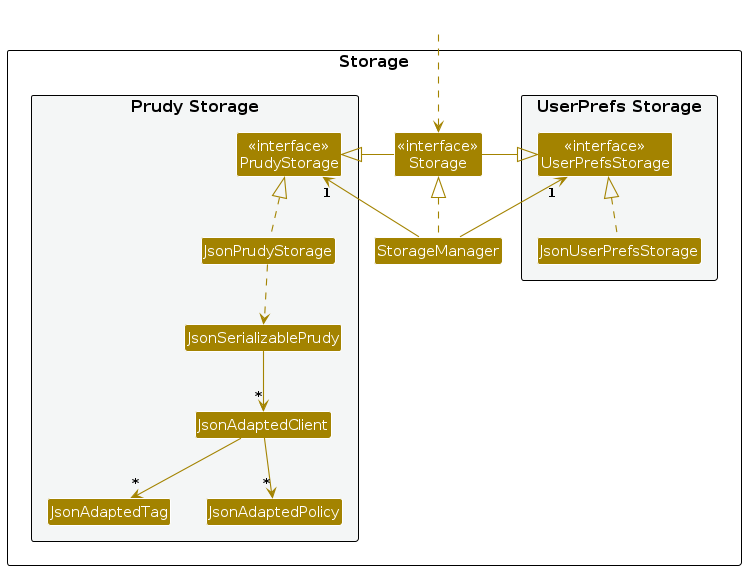
Above: diagrams/StorageClassDiagram.png in AY2425S1-CS2103T-T14-1/tp (PlantUML), before the change. Its source is kept beside it as diagrams/StorageClassDiagram.puml.
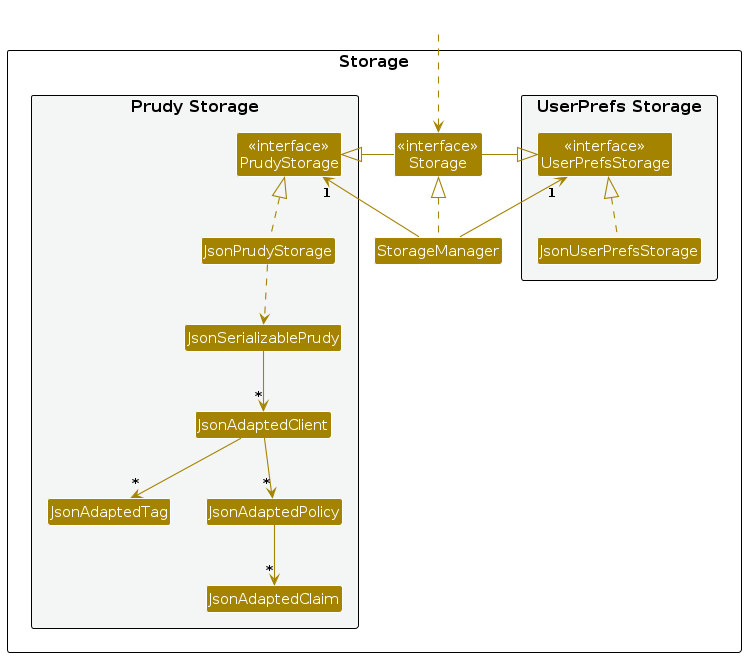
The same file after the commit.

What changed in the source:
```diff
@@ -21,6 +21,7 @@
 Class JsonAdaptedClient
 Class JsonAdaptedTag
 Class JsonAdaptedPolicy
+Class JsonAdaptedClaim
 }
 
 }
@@ -41,5 +42,5 @@
 JsonSerializablePrudy --> "*" JsonAdaptedClient
 JsonAdaptedClient --> "*" JsonAdaptedTag
 JsonAdaptedClient --> "*" JsonAdaptedPolicy
-
+JsonAdaptedPolicy --> "*" JsonAdaptedClaim
 @enduml
```
